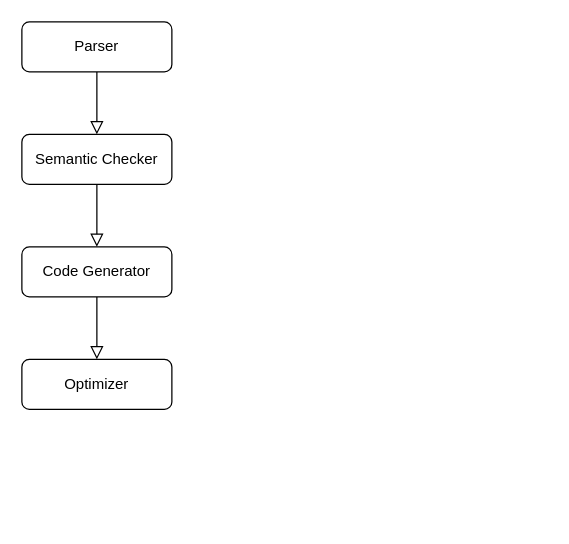
dannypsnl/write-a-programming-language keeps this draw.io diagram as language-overview.drawio. Above is the earlier version. Source tidied: cells renumbered, new cells numbered last; positions are measured from the earlier drawing's top-left corner, leaving out a move shared by most shapes. Both pictures are drawn from the tidied source at 125%, with x=0, y=0 at pixel (21, 21).
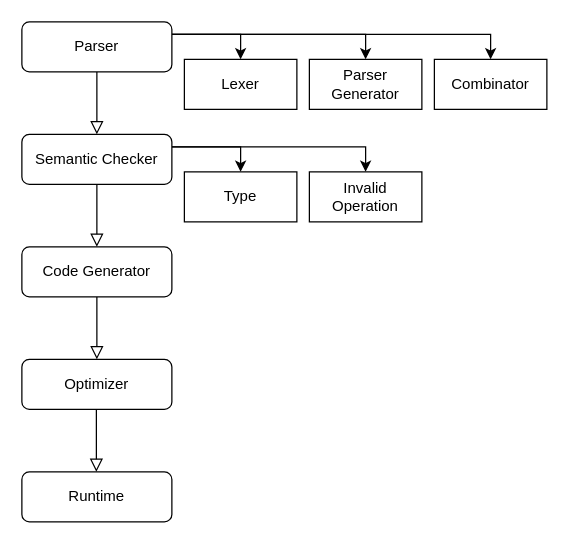
The same page after the edit.

The change refers to these unchanged cells:
```xml
<mxCell id="3" value="Parser" style="rounded=1;whiteSpace=wrap;html=1;fontSize=12;glass=0;strokeWidth=1;shadow=0;" parent="1" vertex="1">
  <mxGeometry width="120" height="40" as="geometry" />
</mxCell>
<mxCell id="4" value="Semantic Checker" style="rounded=1;whiteSpace=wrap;html=1;fontSize=12;glass=0;strokeWidth=1;shadow=0;" parent="1" vertex="1">
  <mxGeometry y="90" width="120" height="40" as="geometry" />
</mxCell>
```

The edit, as a diff of the source:
```diff
@@
+    <mxCell id="9" style="edgeStyle=orthogonalEdgeStyle;rounded=0;jettySize=auto;html=1;exitX=1;exitY=0.25;exitDx=0;exitDy=0;entryX=0.5;entryY=0;entryDx=0;entryDy=0;" parent="1" edge="1" source="3" target="18">
+      <mxGeometry relative="1" as="geometry">
+        <Array as="points">
+          <mxPoint x="175" y="10" />
+        </Array>
+      </mxGeometry>
+    </mxCell>
+    <mxCell id="10" style="edgeStyle=orthogonalEdgeStyle;rounded=0;jettySize=auto;html=1;exitX=1;exitY=0.25;exitDx=0;exitDy=0;entryX=0.5;entryY=0;entryDx=0;entryDy=0;" parent="1" edge="1" source="3" target="20">
+      <mxGeometry relative="1" as="geometry" />
+    </mxCell>
+    <mxCell id="11" style="edgeStyle=orthogonalEdgeStyle;rounded=0;jettySize=auto;html=1;exitX=1;exitY=0.25;exitDx=0;exitDy=0;entryX=0.5;entryY=0;entryDx=0;entryDy=0;" parent="1" edge="1" source="3" target="22">
+      <mxGeometry relative="1" as="geometry" />
+    </mxCell>
@@
+    <mxCell id="12" style="edgeStyle=orthogonalEdgeStyle;rounded=0;jettySize=auto;html=1;exitX=1;exitY=0.25;exitDx=0;exitDy=0;entryX=0.5;entryY=0;entryDx=0;entryDy=0;" parent="1" edge="1" source="4" target="16">
+      <mxGeometry relative="1" as="geometry" />
+    </mxCell>
+    <mxCell id="13" style="edgeStyle=orthogonalEdgeStyle;rounded=0;jettySize=auto;html=1;exitX=1;exitY=0.25;exitDx=0;exitDy=0;entryX=0.5;entryY=0;entryDx=0;entryDy=0;" parent="1" edge="1" source="4" target="24">
+      <mxGeometry relative="1" as="geometry" />
+    </mxCell>
@@
+    <mxCell id="14" style="rounded=0;html=1;jettySize=auto;orthogonalLoop=1;fontSize=11;endArrow=block;endFill=0;endSize=8;strokeWidth=1;shadow=0;labelBackgroundColor=none;edgeStyle=orthogonalEdgeStyle;exitX=0.5;exitY=1;exitDx=0;exitDy=0;entryX=0.5;entryY=0;entryDx=0;entryDy=0;" parent="1" edge="1">
+      <mxGeometry relative="1" as="geometry">
+        <mxPoint x="59.6" y="310" as="sourcePoint" />
+        <mxPoint x="59.6" y="360" as="targetPoint" />
+        <Array as="points">
+          <mxPoint x="59.6" y="340" />
+          <mxPoint x="59.6" y="340" />
+        </Array>
+      </mxGeometry>
+    </mxCell>
+    <mxCell id="15" value="Runtime" style="rounded=1;whiteSpace=wrap;html=1;fontSize=12;glass=0;strokeWidth=1;shadow=0;" parent="1" vertex="1">
+      <mxGeometry y="360" width="120" height="40" as="geometry" />
+    </mxCell>
+    <mxCell id="16" style="rounded=0;whiteSpace=wrap;html=1;" parent="1" vertex="1">
+      <mxGeometry x="130" y="120" width="90" height="40" as="geometry" />
+    </mxCell>
+    <mxCell id="17" value="Type" style="text;html=1;strokeColor=none;fillColor=none;align=center;verticalAlign=middle;whiteSpace=wrap;rounded=0;" parent="1" vertex="1">
+      <mxGeometry x="155" y="130" width="40" height="20" as="geometry" />
+    </mxCell>
+    <mxCell id="18" style="rounded=0;whiteSpace=wrap;html=1;" parent="1" vertex="1">
+      <mxGeometry x="130" y="30" width="90" height="40" as="geometry" />
+    </mxCell>
+    <mxCell id="19" value="Lexer" style="text;html=1;strokeColor=none;fillColor=none;align=center;verticalAlign=middle;whiteSpace=wrap;rounded=0;" parent="1" vertex="1">
+      <mxGeometry x="155" y="40" width="40" height="20" as="geometry" />
+    </mxCell>
+    <mxCell id="20" style="rounded=0;whiteSpace=wrap;html=1;" parent="1" vertex="1">
+      <mxGeometry x="230" y="30" width="90" height="40" as="geometry" />
+    </mxCell>
+    <mxCell id="21" value="Parser Generator" style="text;html=1;strokeColor=none;fillColor=none;align=center;verticalAlign=middle;whiteSpace=wrap;rounded=0;" parent="1" vertex="1">
+      <mxGeometry x="255" y="40" width="40" height="20" as="geometry" />
+    </mxCell>
+    <mxCell id="22" style="rounded=0;whiteSpace=wrap;html=1;" parent="1" vertex="1">
+      <mxGeometry x="330" y="30" width="90" height="40" as="geometry" />
+    </mxCell>
+    <mxCell id="23" value="Combinator" style="text;html=1;strokeColor=none;fillColor=none;align=center;verticalAlign=middle;whiteSpace=wrap;rounded=0;" parent="1" vertex="1">
+      <mxGeometry x="355" y="40" width="40" height="20" as="geometry" />
+    </mxCell>
+    <mxCell id="24" style="rounded=0;whiteSpace=wrap;html=1;" parent="1" vertex="1">
+      <mxGeometry x="230" y="120" width="90" height="40" as="geometry" />
+    </mxCell>
+    <mxCell id="25" value="Invalid Operation" style="text;html=1;strokeColor=none;fillColor=none;align=center;verticalAlign=middle;whiteSpace=wrap;rounded=0;" parent="1" vertex="1">
+      <mxGeometry x="255" y="130" width="40" height="20" as="geometry" />
+    </mxCell>
```
